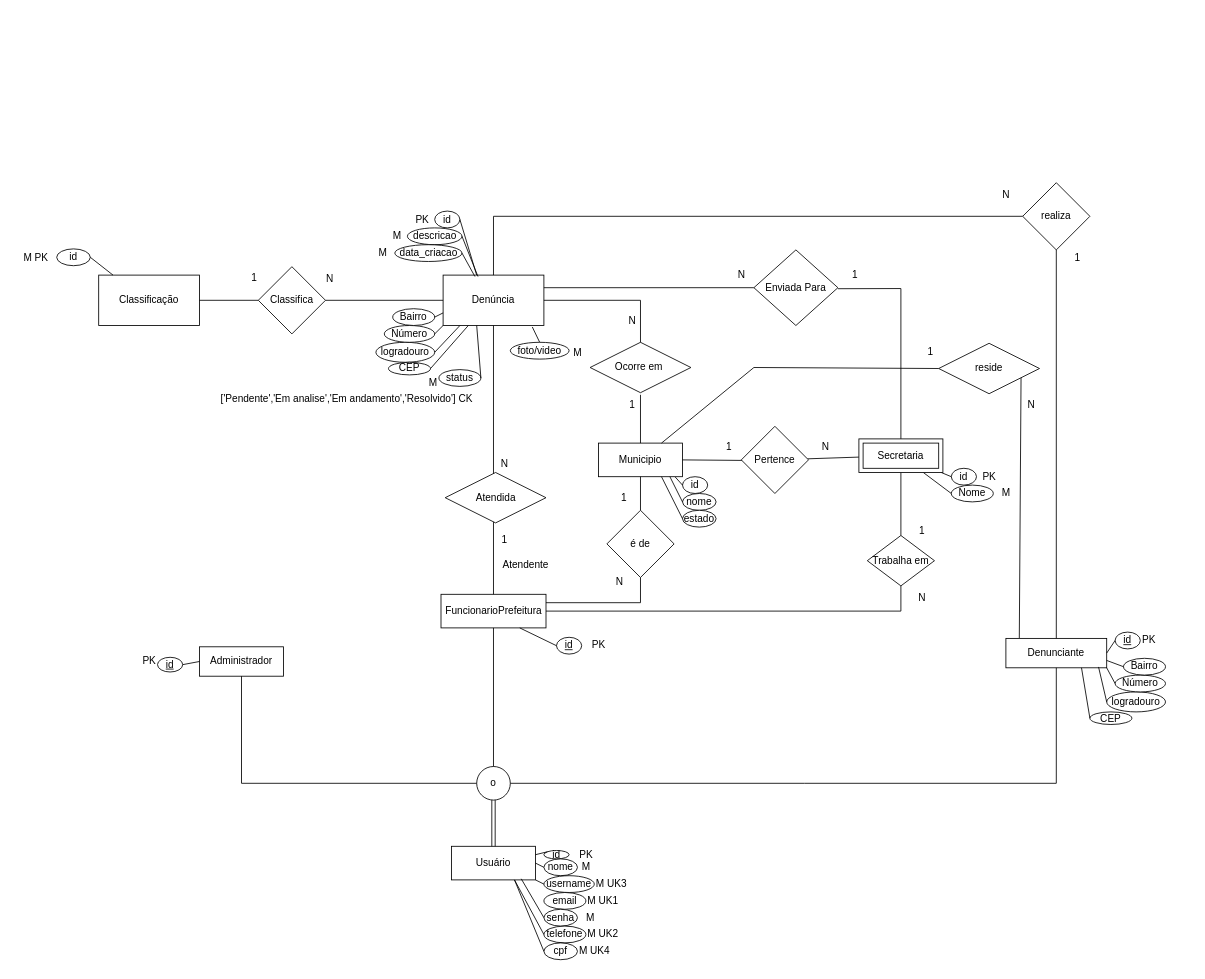
This is Outras_disciplinas/Banco de Dados/FalaCidade.drawio from RRomano00/Fala-Cidade, a draw.io file, before an edit. Source tidied: cells renumbered, new cells numbered last; positions are measured from the earlier drawing's top-left corner, leaving out a move shared by most shapes. Both pictures are drawn from the tidied source at 84%, with x=0, y=0 at pixel (14, 182).
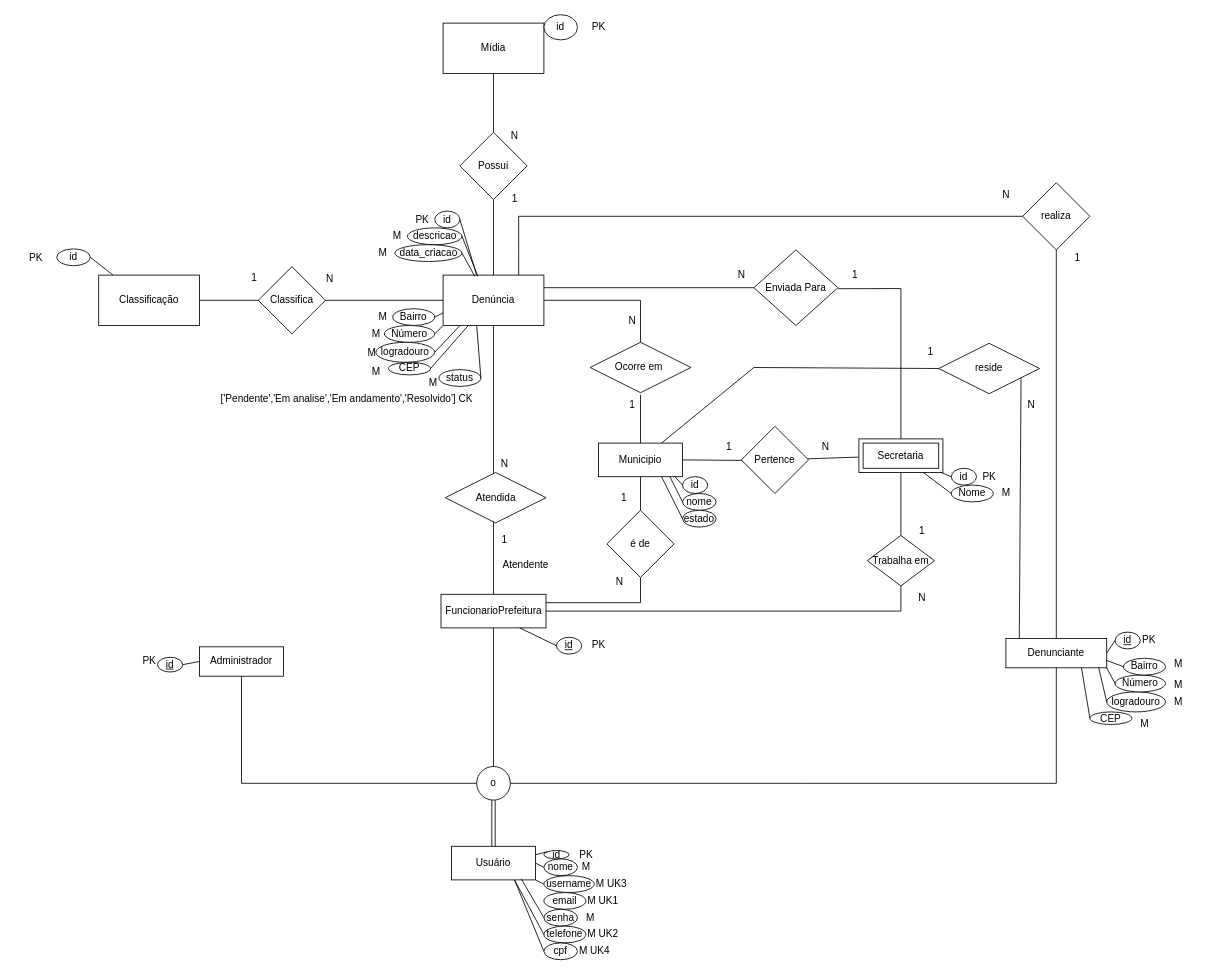
The same diagram, later.

Commit message:
feat: correções feitas conforme orientações

Unchanged cells that the change refers to:
```xml
<mxCell id="38" value="Denúncia" style="whiteSpace=wrap;html=1;" parent="1" vertex="1">
  <mxGeometry x="510" y="110" width="120" height="60" as="geometry" />
</mxCell>
<mxCell id="92" value="realiza" style="rhombus;whiteSpace=wrap;html=1;" parent="1" vertex="1">
  <mxGeometry x="1200" width="80" height="80" as="geometry" />
</mxCell>
```

What changed in the source:
```diff
@@
-    <mxCell id="78" value="foto/video" style="ellipse;whiteSpace=wrap;html=1;" parent="1" vertex="1">
-      <mxGeometry x="590" y="190" width="70" height="20" as="geometry" />
-    </mxCell>
-    <mxCell id="79" value="M" style="text;html=1;align=center;verticalAlign=middle;strokeColor=none;fillColor=none;" parent="1" vertex="1">
-      <mxGeometry x="655" y="187.5" width="30" height="30" as="geometry" />
-    </mxCell>
-    <mxCell id="80" style="endArrow=none;html=1;rounded=0;exitX=0.5;exitY=0;exitDx=0;exitDy=0;entryX=0.885;entryY=1.029;entryDx=0;entryDy=0;entryPerimeter=0;" parent="1" edge="1" source="78" target="38">
-      <mxGeometry relative="1" as="geometry" />
-    </mxCell>
@@
-    <mxCell id="93" style="endArrow=none;html=1;rounded=0;exitX=0.5;exitY=0;exitDx=0;exitDy=0;entryX=0;entryY=0.5;entryDx=0;entryDy=0;" parent="1" edge="1" source="38" target="92">
+    <mxCell id="93" style="endArrow=none;html=1;rounded=0;exitX=0.75;exitY=0;exitDx=0;exitDy=0;entryX=0;entryY=0.5;entryDx=0;entryDy=0;" parent="1" edge="1" source="38" target="92">
       <mxGeometry relative="1" as="geometry">
         <Array as="points">
-          <mxPoint x="570" y="40" />
+          <mxPoint x="600" y="80" />
+          <mxPoint x="600" y="40" />
         </Array>
       </mxGeometry>
     </mxCell>
@@
-    <mxCell id="135" value="M PK" style="text;html=1;align=center;verticalAlign=middle;strokeColor=none;fillColor=none;" parent="1" vertex="1">
-      <mxGeometry y="75" width="50" height="30" as="geometry" />
+    <mxCell id="135" value="&lt;div&gt;&lt;span style=&quot;background-color: transparent; color: light-dark(rgb(0, 0, 0), rgb(255, 255, 255));&quot;&gt;PK&lt;/span&gt;&lt;/div&gt;" style="text;html=1;align=center;verticalAlign=middle;strokeColor=none;fillColor=none;" parent="1" vertex="1">
+      <mxGeometry x="5" y="75" width="40" height="30" as="geometry" />
     </mxCell>
@@
+    <mxCell id="138" value="M" style="text;html=1;align=center;verticalAlign=middle;strokeColor=none;fillColor=none;" parent="1" vertex="1">
+      <mxGeometry x="1370" y="557.5" width="30" height="30" as="geometry" />
+    </mxCell>
+    <mxCell id="139" value="M" style="text;html=1;align=center;verticalAlign=middle;strokeColor=none;fillColor=none;" parent="1" vertex="1">
+      <mxGeometry x="1370" y="582.5" width="30" height="30" as="geometry" />
+    </mxCell>
+    <mxCell id="140" value="M" style="text;html=1;align=center;verticalAlign=middle;strokeColor=none;fillColor=none;" parent="1" vertex="1">
+      <mxGeometry x="1330" y="630" width="30" height="30" as="geometry" />
+    </mxCell>
+    <mxCell id="141" value="M" style="text;html=1;align=center;verticalAlign=middle;strokeColor=none;fillColor=none;" parent="1" vertex="1">
+      <mxGeometry x="1370" y="603.1" width="30" height="30" as="geometry" />
+    </mxCell>
+    <mxCell id="142" value="M" style="text;html=1;align=center;verticalAlign=middle;strokeColor=none;fillColor=none;" parent="1" vertex="1">
+      <mxGeometry x="422.5" y="145" width="30" height="30" as="geometry" />
+    </mxCell>
+    <mxCell id="143" value="M" style="text;html=1;align=center;verticalAlign=middle;strokeColor=none;fillColor=none;" parent="1" vertex="1">
+      <mxGeometry x="415" y="165" width="30" height="30" as="geometry" />
+    </mxCell>
+    <mxCell id="144" value="M" style="text;html=1;align=center;verticalAlign=middle;strokeColor=none;fillColor=none;" parent="1" vertex="1">
+      <mxGeometry x="410" y="187.5" width="30" height="30" as="geometry" />
+    </mxCell>
+    <mxCell id="145" value="M" style="text;html=1;align=center;verticalAlign=middle;strokeColor=none;fillColor=none;" parent="1" vertex="1">
+      <mxGeometry x="415" y="210" width="30" height="30" as="geometry" />
+    </mxCell>
+    <mxCell id="146" value="Mídia" style="whiteSpace=wrap;html=1;" parent="1" vertex="1">
+      <mxGeometry x="510" y="-190" width="120" height="60" as="geometry" />
+    </mxCell>
+    <mxCell id="147" value="Possui" style="rhombus;whiteSpace=wrap;html=1;" parent="1" vertex="1">
+      <mxGeometry x="530" y="-60" width="80" height="80" as="geometry" />
+    </mxCell>
+    <mxCell id="148" style="endArrow=none;html=1;rounded=0;exitX=0.5;exitY=0;exitDx=0;exitDy=0;entryX=0.5;entryY=1;entryDx=0;entryDy=0;" parent="1" edge="1" source="147" target="146">
+      <mxGeometry relative="1" as="geometry" />
+    </mxCell>
+    <mxCell id="149" style="endArrow=none;html=1;rounded=0;exitX=0.5;exitY=0;exitDx=0;exitDy=0;entryX=0.5;entryY=1;entryDx=0;entryDy=0;" parent="1" edge="1" source="38" target="147">
+      <mxGeometry relative="1" as="geometry" />
+    </mxCell>
+    <mxCell id="150" value="id" style="ellipse;whiteSpace=wrap;html=1;" parent="1" vertex="1">
+      <mxGeometry x="630" y="-200" width="40" height="30" as="geometry" />
+    </mxCell>
+    <mxCell id="151" value="PK" style="text;html=1;align=center;verticalAlign=middle;strokeColor=none;fillColor=none;" parent="1" vertex="1">
+      <mxGeometry x="675" y="-200" width="40" height="30" as="geometry" />
+    </mxCell>
+    <mxCell id="152" value="N" style="text;html=1;align=center;verticalAlign=middle;strokeColor=none;fillColor=none;" parent="1" vertex="1">
+      <mxGeometry x="580" y="-70" width="30" height="30" as="geometry" />
+    </mxCell>
+    <mxCell id="153" value="1" style="text;html=1;align=center;verticalAlign=middle;strokeColor=none;fillColor=none;" parent="1" vertex="1">
+      <mxGeometry x="580" y="3.8" width="30" height="30" as="geometry" />
+    </mxCell>
```
